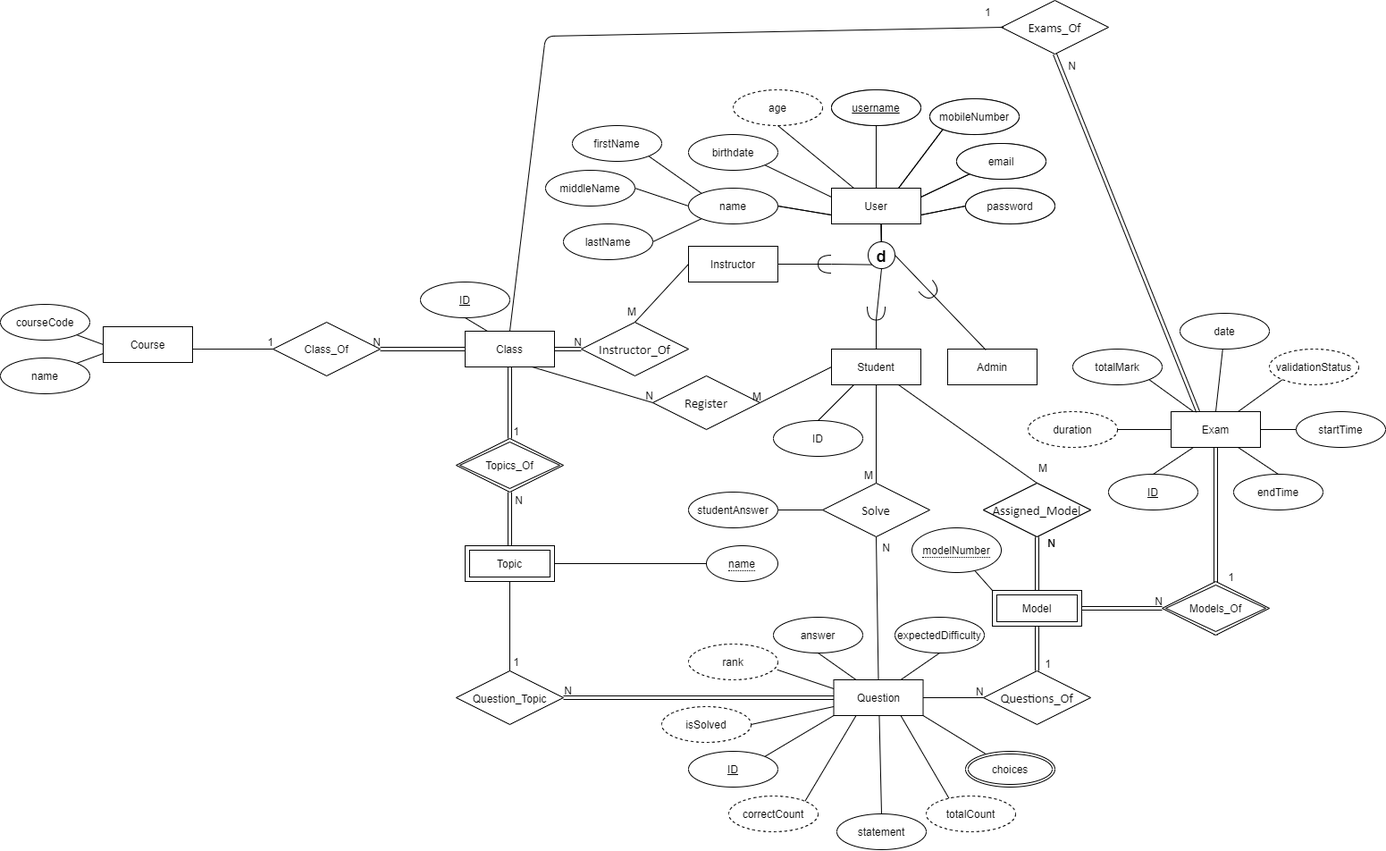
aymanred121/Examination-Management-System keeps this draw.io diagram as Database Design/ERD.png. Above is the earlier version. Source tidied: cells renumbered, new cells last; positions are measured from the earlier drawing's top-left corner, leaving out a move shared by most shapes.
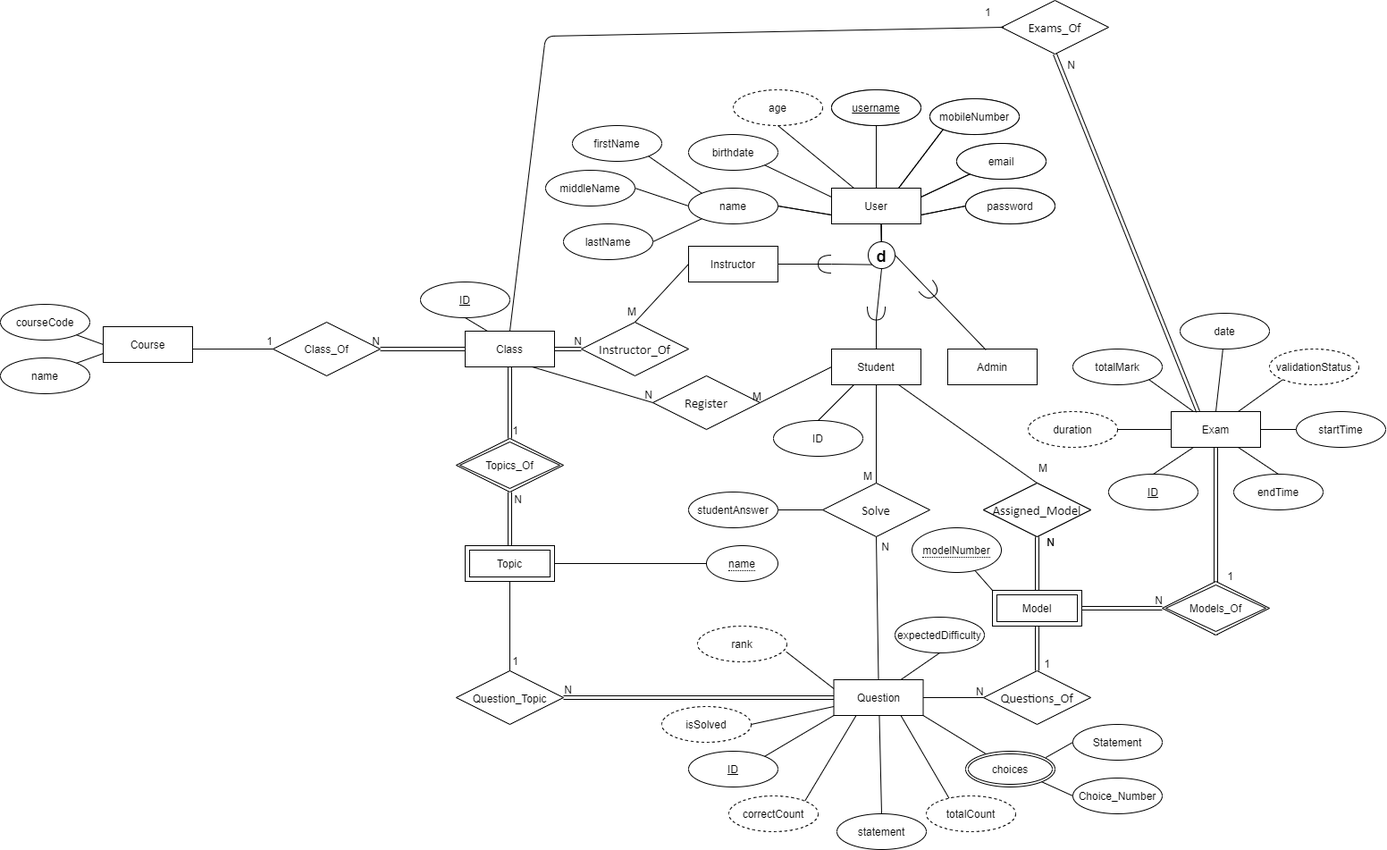
After the commit.

Commit message:
Updated choice attribute and removed answer attribute

What changed in the source:
```diff
@@ -172,12 +172,6 @@
     <mxCell id="57" value="choices" style="ellipse;shape=doubleEllipse;margin=3;whiteSpace=wrap;html=1;align=center;" parent="1" vertex="1">
       <mxGeometry x="1080" y="840" width="100" height="40" as="geometry" />
     </mxCell>
-    <mxCell id="58" value="answer" style="ellipse;whiteSpace=wrap;html=1;align=center;" parent="1" vertex="1">
-      <mxGeometry x="865" y="690" width="100" height="40" as="geometry" />
-    </mxCell>
-    <mxCell id="59" style="endArrow=none;html=1;rounded=0;exitX=0.25;exitY=0;exitDx=0;exitDy=0;entryX=0.5;entryY=1;entryDx=0;entryDy=0;" parent="1" edge="1" source="51" target="58">
-      <mxGeometry relative="1" as="geometry" />
-    </mxCell>
     <mxCell id="60" style="endArrow=none;html=1;rounded=0;exitX=1;exitY=0.5;exitDx=0;exitDy=0;" parent="1" edge="1" source="62">
       <mxGeometry relative="1" as="geometry">
         <mxPoint x="800" y="630" as="targetPoint" />
@@ -467,7 +461,7 @@
       <mxGeometry x="630" y="250" width="100" height="40" as="geometry" />
     </mxCell>
     <mxCell id="142" value="rank" style="ellipse;whiteSpace=wrap;html=1;align=center;dashed=1;" parent="1" vertex="1">
-      <mxGeometry x="770" y="720" width="100" height="40" as="geometry" />
+      <mxGeometry x="780" y="700" width="100" height="40" as="geometry" />
     </mxCell>
     <mxCell id="143" value="correctCount" style="ellipse;whiteSpace=wrap;html=1;align=center;dashed=1;" parent="1" vertex="1">
       <mxGeometry x="815" y="890" width="100" height="40" as="geometry" />
@@ -502,5 +496,17 @@
     <mxCell id="153" value="N" style="html=1;align=right;verticalAlign=bottom;" parent="152" vertex="1">
       <mxGeometry x="1" relative="1" as="geometry" />
     </mxCell>
+    <mxCell id="154" value="Statement" style="ellipse;whiteSpace=wrap;html=1;align=center;" parent="1" vertex="1">
+      <mxGeometry x="1200" y="810" width="100" height="40" as="geometry" />
+    </mxCell>
+    <mxCell id="155" value="Choice_Number" style="ellipse;whiteSpace=wrap;html=1;align=center;" parent="1" vertex="1">
+      <mxGeometry x="1200" y="870" width="100" height="40" as="geometry" />
+    </mxCell>
+    <mxCell id="156" style="endArrow=none;html=1;rounded=0;exitX=0.898;exitY=0.175;exitDx=0;exitDy=0;exitPerimeter=0;entryX=0;entryY=0.5;entryDx=0;entryDy=0;" parent="1" edge="1" source="57" target="154">
+      <mxGeometry relative="1" as="geometry" />
+    </mxCell>
+    <mxCell id="157" style="endArrow=none;html=1;rounded=0;exitX=1;exitY=1;exitDx=0;exitDy=0;entryX=0;entryY=0.5;entryDx=0;entryDy=0;" parent="1" edge="1" source="57" target="155">
+      <mxGeometry relative="1" as="geometry" />
+    </mxCell>
   </root>
 </mxGraphModel>
```
